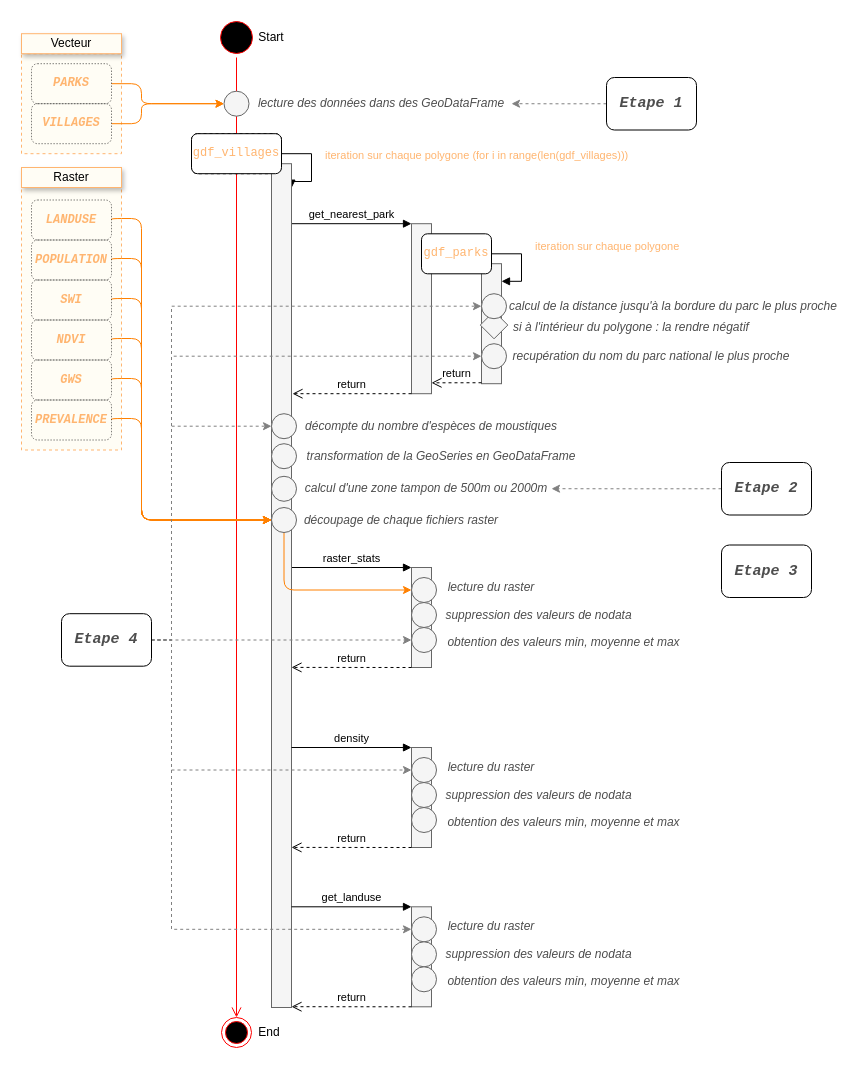
This is page "Par villages" (2 of 4) of docs/INPMT_simple.drawio from pierre-manchon/INPMT, a draw.io file, before an edit. Source tidied: cells renumbered, new cells numbered last; positions are measured from the earlier drawing's top-left corner, leaving out a move shared by most shapes. Both pictures are drawn from the tidied source at 100%, with x=0, y=0 at pixel (21, 17).
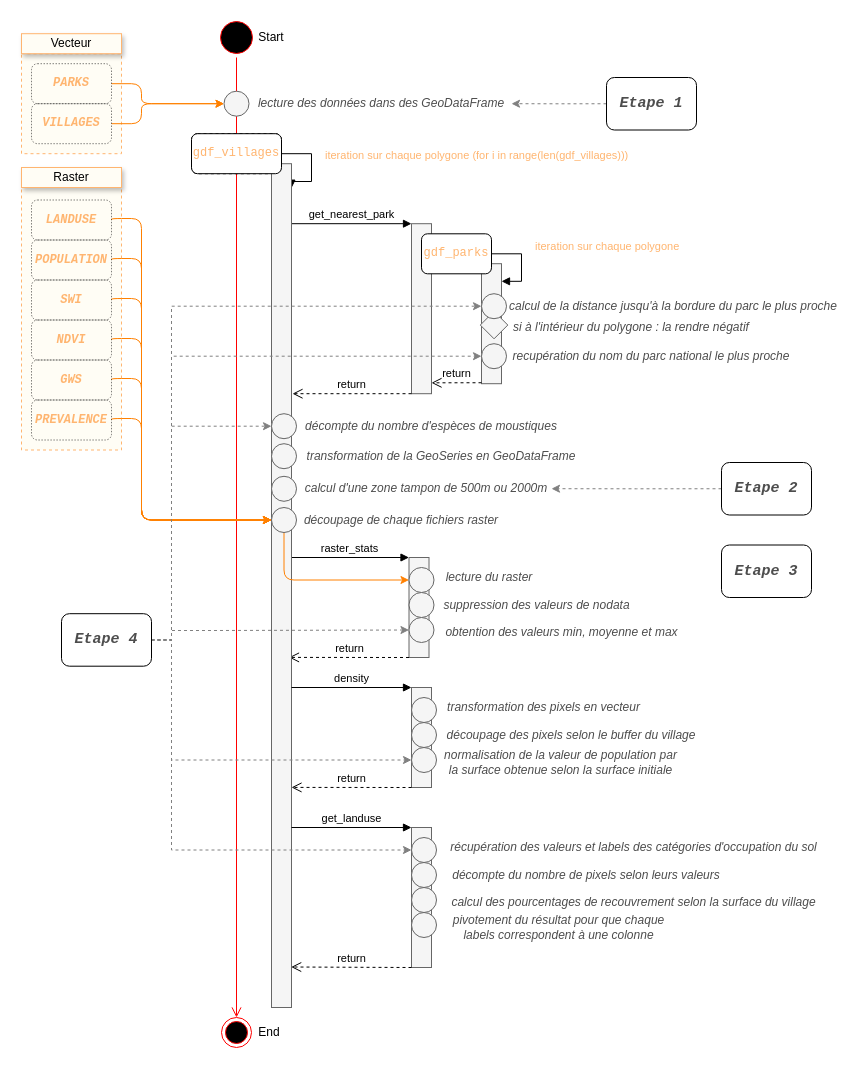
After the change.

The change refers to these unchanged cells:
```xml
<mxCell id="25" style="html=1;points=[];perimeter=orthogonalPerimeter;fillColor=#f5f5f5;strokeColor=#666666;fontColor=#333333;" parent="1" vertex="1">
  <mxGeometry x="250" y="146.2" width="20" height="843.8" as="geometry" />
</mxCell>
<mxCell id="68" value="&lt;pre style=&quot;font-family: &amp;#34;fira code&amp;#34; , monospace ; font-size: 15px&quot;&gt;&lt;pre style=&quot;font-family: &amp;#34;fira code&amp;#34; , monospace ; font-size: 15px&quot;&gt;&lt;font color=&quot;#4d4d4d&quot; style=&quot;line-height: 100% ; font-size: 15px&quot;&gt;Etape 4&lt;/font&gt;&lt;/pre&gt;&lt;/pre&gt;" style="rounded=1;whiteSpace=wrap;html=1;sketch=0;shadow=0;labelBackgroundColor=#ffffff;strokeWidth=1;fontSize=15;fontStyle=3;" parent="1" vertex="1">
  <mxGeometry x="40" y="596.2" width="90" height="52.5" as="geometry" />
</mxCell>
```

Diff of the diagram source:
```diff
@@
     <mxCell id="13" style="html=1;points=[];perimeter=orthogonalPerimeter;fillColor=#f5f5f5;strokeColor=#666666;fontColor=#333333;" parent="1" vertex="1">
-      <mxGeometry x="390" y="550" width="20" height="100" as="geometry" />
+      <mxGeometry x="387.5" y="540" width="20" height="100" as="geometry" />
     </mxCell>
     <mxCell id="14" value="raster_stats" style="html=1;verticalAlign=bottom;endArrow=block;entryX=0;entryY=0;" parent="1" edge="1" target="13">
       <mxGeometry relative="1" as="geometry">
-        <mxPoint x="270" y="550" as="sourcePoint" />
+        <mxPoint x="267.5" y="540" as="sourcePoint" />
       </mxGeometry>
     </mxCell>
     <mxCell id="15" value="return" style="html=1;verticalAlign=bottom;endArrow=open;dashed=1;endSize=8;exitX=0;exitY=1;exitDx=0;exitDy=0;exitPerimeter=0;entryX=1;entryY=0.975;entryDx=0;entryDy=0;entryPerimeter=0;" parent="1" edge="1" source="13">
       <mxGeometry relative="1" as="geometry">
-        <mxPoint x="270" y="649.9" as="targetPoint" />
+        <mxPoint x="267.5" y="639.9" as="targetPoint" />
       </mxGeometry>
     </mxCell>
@@
     <mxCell id="40" value="lecture du raster" style="text;html=1;align=center;verticalAlign=middle;whiteSpace=wrap;rounded=0;shadow=0;glass=0;labelBackgroundColor=none;sketch=0;fontColor=#4D4D4D;fontStyle=2;" parent="1" vertex="1">
-      <mxGeometry x="425" y="560" width="90" height="20" as="geometry" />
+      <mxGeometry x="422.5" y="550" width="90" height="20" as="geometry" />
     </mxCell>
     <mxCell id="41" value="suppression des valeurs de nodata" style="text;html=1;align=center;verticalAlign=middle;whiteSpace=wrap;rounded=0;shadow=0;glass=0;labelBackgroundColor=none;sketch=0;fontColor=#4D4D4D;fontStyle=2;" parent="1" vertex="1">
-      <mxGeometry x="420" y="587.5" width="195" height="20" as="geometry" />
+      <mxGeometry x="417.5" y="577.5" width="195" height="20" as="geometry" />
     </mxCell>
     <mxCell id="42" value="obtention des valeurs min, moyenne et max" style="text;html=1;align=center;verticalAlign=middle;whiteSpace=wrap;rounded=0;shadow=0;glass=0;labelBackgroundColor=none;sketch=0;fontColor=#4D4D4D;fontStyle=2;" parent="1" vertex="1">
-      <mxGeometry x="425" y="615" width="235" height="20" as="geometry" />
+      <mxGeometry x="422.5" y="605" width="235" height="20" as="geometry" />
     </mxCell>
     <mxCell id="43" style="ellipse;whiteSpace=wrap;html=1;rounded=1;shadow=0;glass=0;labelBackgroundColor=none;sketch=0;fontColor=#333333;strokeColor=#666666;strokeWidth=1;fillColor=#f5f5f5;" parent="1" vertex="1">
-      <mxGeometry x="390" y="560" width="25" height="25" as="geometry" />
+      <mxGeometry x="387.5" y="550" width="25" height="25" as="geometry" />
     </mxCell>
     <mxCell id="44" style="ellipse;whiteSpace=wrap;html=1;rounded=1;shadow=0;glass=0;labelBackgroundColor=none;sketch=0;fontColor=#333333;strokeColor=#666666;strokeWidth=1;fillColor=#f5f5f5;" parent="1" vertex="1">
-      <mxGeometry x="390" y="585" width="25" height="25" as="geometry" />
+      <mxGeometry x="387.5" y="575" width="25" height="25" as="geometry" />
     </mxCell>
     <mxCell id="45" style="ellipse;whiteSpace=wrap;html=1;rounded=1;shadow=0;glass=0;labelBackgroundColor=none;sketch=0;fontColor=#333333;strokeColor=#666666;strokeWidth=1;fillColor=#f5f5f5;" parent="1" vertex="1">
-      <mxGeometry x="390" y="610" width="25" height="25" as="geometry" />
+      <mxGeometry x="387.5" y="600" width="25" height="25" as="geometry" />
     </mxCell>
@@
     <mxCell id="62" style="edgeStyle=orthogonalEdgeStyle;rounded=0;jettySize=auto;html=1;exitX=1;exitY=0.5;exitDx=0;exitDy=0;entryX=0;entryY=0.5;entryDx=0;entryDy=0;dashed=1;fontSize=15;fontColor=#4D4D4D;strokeWidth=1;strokeColor=#808080;" parent="1" edge="1" source="68" target="45">
       <mxGeometry relative="1" as="geometry">
         <Array as="points">
-          <mxPoint x="140" y="623" />
-          <mxPoint x="140" y="623" />
+          <mxPoint x="150" y="623" />
+          <mxPoint x="150" y="613" />
+          <mxPoint x="190" y="613" />
         </Array>
       </mxGeometry>
     </mxCell>
@@
-    <mxCell id="66" style="edgeStyle=orthogonalEdgeStyle;rounded=0;jettySize=auto;html=1;exitX=1;exitY=0.5;exitDx=0;exitDy=0;dashed=1;entryX=0;entryY=0.5;entryDx=0;entryDy=0;strokeColor=#808080;" parent="1" edge="1" source="68" target="82">
+    <mxCell id="66" style="edgeStyle=orthogonalEdgeStyle;rounded=0;jettySize=auto;html=1;exitX=1;exitY=0.5;exitDx=0;exitDy=0;dashed=1;strokeColor=#808080;entryX=0;entryY=0.5;entryDx=0;entryDy=0;" parent="1" edge="1" source="68" target="84">
       <mxGeometry relative="1" as="geometry">
         <Array as="points">
           <mxPoint x="150" y="623" />
-          <mxPoint x="150" y="753" />
+          <mxPoint x="150" y="743" />
+          <mxPoint x="390" y="743" />
         </Array>
       </mxGeometry>
     </mxCell>
     <mxCell id="67" style="edgeStyle=orthogonalEdgeStyle;rounded=0;jettySize=auto;html=1;exitX=1;exitY=0.5;exitDx=0;exitDy=0;entryX=0;entryY=0.5;entryDx=0;entryDy=0;dashed=1;strokeColor=#808080;" parent="1" edge="1" source="68" target="91">
       <mxGeometry relative="1" as="geometry">
         <Array as="points">
           <mxPoint x="150" y="623" />
-          <mxPoint x="150" y="912" />
+          <mxPoint x="150" y="833" />
+          <mxPoint x="390" y="833" />
         </Array>
       </mxGeometry>
     </mxCell>
@@
     <mxCell id="76" style="html=1;points=[];perimeter=orthogonalPerimeter;fillColor=#f5f5f5;strokeColor=#666666;fontColor=#333333;" parent="1" vertex="1">
-      <mxGeometry x="390" y="730" width="20" height="100" as="geometry" />
+      <mxGeometry x="390" y="670" width="20" height="100" as="geometry" />
     </mxCell>
     <mxCell id="77" value="density" style="html=1;verticalAlign=bottom;endArrow=block;entryX=0;entryY=0;" parent="1" edge="1" target="76">
       <mxGeometry relative="1" as="geometry">
-        <mxPoint x="270" y="730" as="sourcePoint" />
+        <mxPoint x="270" y="670" as="sourcePoint" />
       </mxGeometry>
     </mxCell>
     <mxCell id="78" value="return" style="html=1;verticalAlign=bottom;endArrow=open;dashed=1;endSize=8;exitX=0;exitY=1;exitDx=0;exitDy=0;exitPerimeter=0;entryX=1;entryY=0.975;entryDx=0;entryDy=0;entryPerimeter=0;" parent="1" edge="1" source="76">
       <mxGeometry relative="1" as="geometry">
-        <mxPoint x="270" y="829.9" as="targetPoint" />
+        <mxPoint x="270" y="769.9" as="targetPoint" />
       </mxGeometry>
     </mxCell>
-    <mxCell id="79" value="lecture du raster" style="text;html=1;align=center;verticalAlign=middle;whiteSpace=wrap;rounded=0;shadow=0;glass=0;labelBackgroundColor=none;sketch=0;fontColor=#4D4D4D;fontStyle=2;" parent="1" vertex="1">
-      <mxGeometry x="425" y="740" width="90" height="20" as="geometry" />
+    <mxCell id="79" value="transformation des pixels en vecteur" style="text;html=1;align=center;verticalAlign=middle;whiteSpace=wrap;rounded=0;shadow=0;glass=0;labelBackgroundColor=none;sketch=0;fontColor=#4D4D4D;fontStyle=2;" parent="1" vertex="1">
+      <mxGeometry x="425" y="680" width="195" height="20" as="geometry" />
     </mxCell>
-    <mxCell id="80" value="suppression des valeurs de nodata" style="text;html=1;align=center;verticalAlign=middle;whiteSpace=wrap;rounded=0;shadow=0;glass=0;labelBackgroundColor=none;sketch=0;fontColor=#4D4D4D;fontStyle=2;" parent="1" vertex="1">
-      <mxGeometry x="420" y="767.5" width="195" height="20" as="geometry" />
+    <mxCell id="80" value="découpage des pixels selon le buffer du village" style="text;html=1;align=center;verticalAlign=middle;whiteSpace=wrap;rounded=0;shadow=0;glass=0;labelBackgroundColor=none;sketch=0;fontColor=#4D4D4D;fontStyle=2;" parent="1" vertex="1">
+      <mxGeometry x="420" y="707.5" width="260" height="20" as="geometry" />
     </mxCell>
-    <mxCell id="81" value="obtention des valeurs min, moyenne et max" style="text;html=1;align=center;verticalAlign=middle;whiteSpace=wrap;rounded=0;shadow=0;glass=0;labelBackgroundColor=none;sketch=0;fontColor=#4D4D4D;fontStyle=2;" parent="1" vertex="1">
-      <mxGeometry x="425" y="795" width="235" height="20" as="geometry" />
+    <mxCell id="81" value="normalisation de la valeur de population par la surface obtenue selon la surface initiale" style="text;html=1;align=center;verticalAlign=middle;whiteSpace=wrap;rounded=0;shadow=0;glass=0;labelBackgroundColor=none;sketch=0;fontColor=#4D4D4D;fontStyle=2;" parent="1" vertex="1">
+      <mxGeometry x="417.5" y="735" width="242.5" height="20" as="geometry" />
     </mxCell>
     <mxCell id="82" style="ellipse;whiteSpace=wrap;html=1;rounded=1;shadow=0;glass=0;labelBackgroundColor=none;sketch=0;fontColor=#333333;strokeColor=#666666;strokeWidth=1;fillColor=#f5f5f5;" parent="1" vertex="1">
-      <mxGeometry x="390" y="740" width="25" height="25" as="geometry" />
+      <mxGeometry x="390" y="680" width="25" height="25" as="geometry" />
     </mxCell>
     <mxCell id="83" style="ellipse;whiteSpace=wrap;html=1;rounded=1;shadow=0;glass=0;labelBackgroundColor=none;sketch=0;fontColor=#333333;strokeColor=#666666;strokeWidth=1;fillColor=#f5f5f5;" parent="1" vertex="1">
-      <mxGeometry x="390" y="765" width="25" height="25" as="geometry" />
+      <mxGeometry x="390" y="705" width="25" height="25" as="geometry" />
     </mxCell>
     <mxCell id="84" style="ellipse;whiteSpace=wrap;html=1;rounded=1;shadow=0;glass=0;labelBackgroundColor=none;sketch=0;fontColor=#333333;strokeColor=#666666;strokeWidth=1;fillColor=#f5f5f5;" parent="1" vertex="1">
-      <mxGeometry x="390" y="790" width="25" height="25" as="geometry" />
+      <mxGeometry x="390" y="730" width="25" height="25" as="geometry" />
     </mxCell>
     <mxCell id="85" style="html=1;points=[];perimeter=orthogonalPerimeter;fillColor=#f5f5f5;strokeColor=#666666;fontColor=#333333;" parent="1" vertex="1">
-      <mxGeometry x="390" y="889.3" width="20" height="100" as="geometry" />
+      <mxGeometry x="390" y="810" width="20" height="140" as="geometry" />
     </mxCell>
     <mxCell id="86" value="get_landuse" style="html=1;verticalAlign=bottom;endArrow=block;entryX=0;entryY=0;" parent="1" edge="1" target="85">
       <mxGeometry relative="1" as="geometry">
-        <mxPoint x="270" y="889.3" as="sourcePoint" />
+        <mxPoint x="270" y="810" as="sourcePoint" />
       </mxGeometry>
     </mxCell>
-    <mxCell id="87" value="return" style="html=1;verticalAlign=bottom;endArrow=open;dashed=1;endSize=8;exitX=0;exitY=1;exitDx=0;exitDy=0;exitPerimeter=0;entryX=1;entryY=0.975;entryDx=0;entryDy=0;entryPerimeter=0;" parent="1" edge="1" source="85">
-      <mxGeometry relative="1" as="geometry">
-        <mxPoint x="270" y="989.2" as="targetPoint" />
-      </mxGeometry>
+    <mxCell id="87" value="return" style="html=1;verticalAlign=bottom;endArrow=open;dashed=1;endSize=8;exitX=0;exitY=1;exitDx=0;exitDy=0;exitPerimeter=0;entryX=0.984;entryY=0.952;entryDx=0;entryDy=0;entryPerimeter=0;" parent="1" edge="1" source="85" target="25">
+      <mxGeometry relative="1" as="geometry" />
     </mxCell>
-    <mxCell id="88" value="lecture du raster" style="text;html=1;align=center;verticalAlign=middle;whiteSpace=wrap;rounded=0;shadow=0;glass=0;labelBackgroundColor=none;sketch=0;fontColor=#4D4D4D;fontStyle=2;" parent="1" vertex="1">
-      <mxGeometry x="425" y="899.3" width="90" height="20" as="geometry" />
+    <mxCell id="88" value="récupération des valeurs et labels des catégories d'occupation du sol" style="text;html=1;align=center;verticalAlign=middle;whiteSpace=wrap;rounded=0;shadow=0;glass=0;labelBackgroundColor=none;sketch=0;fontColor=#4D4D4D;fontStyle=2;" parent="1" vertex="1">
+      <mxGeometry x="425" y="820" width="375" height="20" as="geometry" />
     </mxCell>
-    <mxCell id="89" value="suppression des valeurs de nodata" style="text;html=1;align=center;verticalAlign=middle;whiteSpace=wrap;rounded=0;shadow=0;glass=0;labelBackgroundColor=none;sketch=0;fontColor=#4D4D4D;fontStyle=2;" parent="1" vertex="1">
-      <mxGeometry x="420" y="926.8" width="195" height="20" as="geometry" />
+    <mxCell id="89" value="décompte du nombre de pixels selon leurs valeurs" style="text;html=1;align=center;verticalAlign=middle;whiteSpace=wrap;rounded=0;shadow=0;glass=0;labelBackgroundColor=none;sketch=0;fontColor=#4D4D4D;fontStyle=2;" parent="1" vertex="1">
+      <mxGeometry x="425" y="847.5" width="280" height="20" as="geometry" />
     </mxCell>
-    <mxCell id="90" value="obtention des valeurs min, moyenne et max" style="text;html=1;align=center;verticalAlign=middle;whiteSpace=wrap;rounded=0;shadow=0;glass=0;labelBackgroundColor=none;sketch=0;fontColor=#4D4D4D;fontStyle=2;" parent="1" vertex="1">
-      <mxGeometry x="425" y="954.3" width="235" height="20" as="geometry" />
+    <mxCell id="90" value="calcul des pourcentages de recouvrement selon la surface du village" style="text;html=1;align=center;verticalAlign=middle;whiteSpace=wrap;rounded=0;shadow=0;glass=0;labelBackgroundColor=none;sketch=0;fontColor=#4D4D4D;fontStyle=2;" parent="1" vertex="1">
+      <mxGeometry x="425" y="875" width="375" height="20" as="geometry" />
     </mxCell>
     <mxCell id="91" style="ellipse;whiteSpace=wrap;html=1;rounded=1;shadow=0;glass=0;labelBackgroundColor=none;sketch=0;fontColor=#333333;strokeColor=#666666;strokeWidth=1;fillColor=#f5f5f5;" parent="1" vertex="1">
-      <mxGeometry x="390" y="899.3" width="25" height="25" as="geometry" />
+      <mxGeometry x="390" y="820" width="25" height="25" as="geometry" />
     </mxCell>
     <mxCell id="92" style="ellipse;whiteSpace=wrap;html=1;rounded=1;shadow=0;glass=0;labelBackgroundColor=none;sketch=0;fontColor=#333333;strokeColor=#666666;strokeWidth=1;fillColor=#f5f5f5;" parent="1" vertex="1">
-      <mxGeometry x="390" y="924.3" width="25" height="25" as="geometry" />
+      <mxGeometry x="390" y="845" width="25" height="25" as="geometry" />
     </mxCell>
     <mxCell id="93" style="ellipse;whiteSpace=wrap;html=1;rounded=1;shadow=0;glass=0;labelBackgroundColor=none;sketch=0;fontColor=#333333;strokeColor=#666666;strokeWidth=1;fillColor=#f5f5f5;" parent="1" vertex="1">
-      <mxGeometry x="390" y="949.3" width="25" height="25" as="geometry" />
+      <mxGeometry x="390" y="870" width="25" height="25" as="geometry" />
     </mxCell>
+    <mxCell id="94" value="pivotement du résultat pour que chaque labels correspondent à une colonne" style="text;html=1;align=center;verticalAlign=middle;whiteSpace=wrap;rounded=0;shadow=0;glass=0;labelBackgroundColor=none;sketch=0;fontColor=#4D4D4D;fontStyle=2;" parent="1" vertex="1">
+      <mxGeometry x="425" y="900" width="225" height="20" as="geometry" />
+    </mxCell>
+    <mxCell id="95" style="ellipse;whiteSpace=wrap;html=1;rounded=1;shadow=0;glass=0;labelBackgroundColor=none;sketch=0;fontColor=#333333;strokeColor=#666666;strokeWidth=1;fillColor=#f5f5f5;" parent="1" vertex="1">
+      <mxGeometry x="390" y="895" width="25" height="25" as="geometry" />
+    </mxCell>
```
